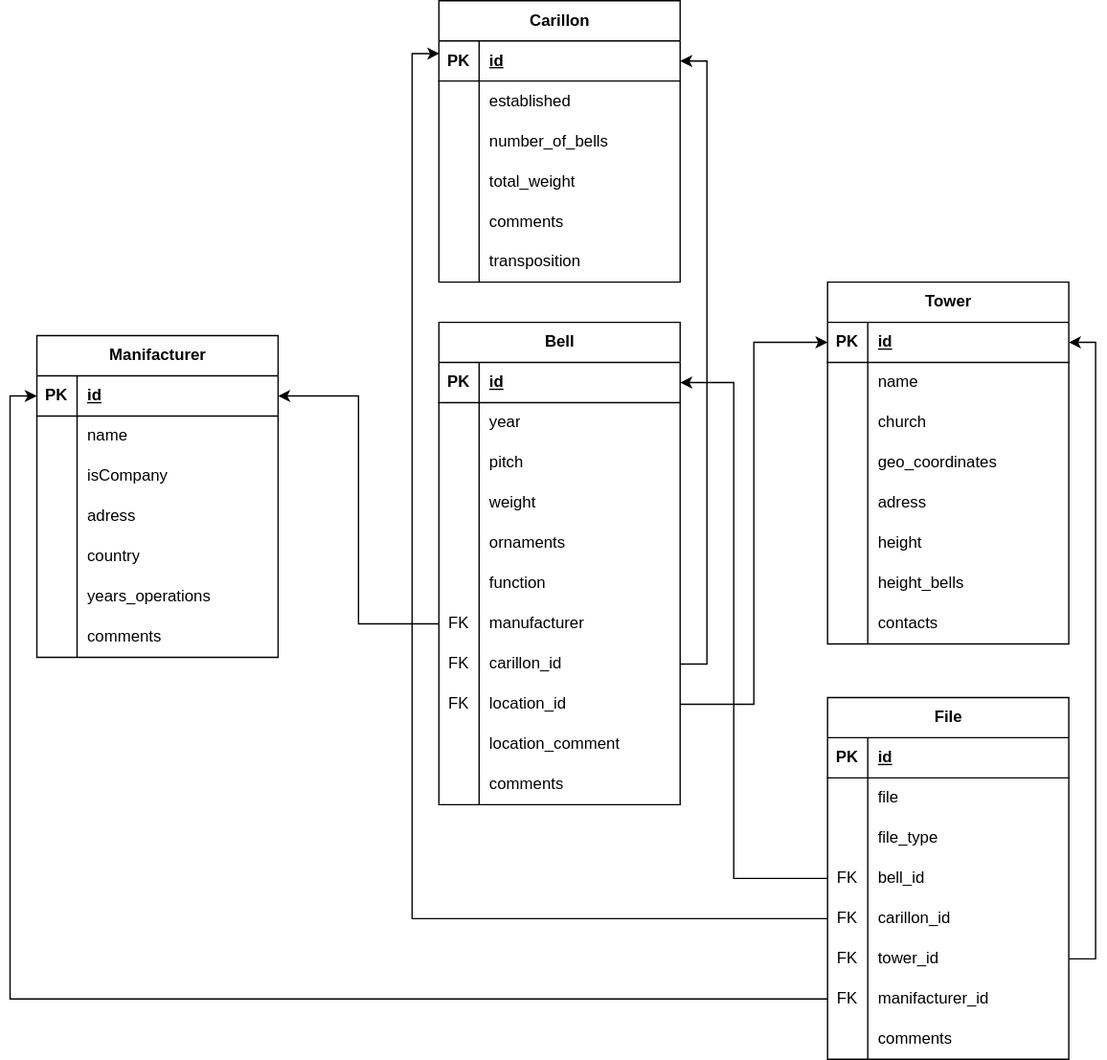
Above: analysis/erd_inventaris_gent.svg in Jakobdevreese/klokkenInventarisGent (draw.io), before the change. Source tidied: cells renumbered, new cells last; positions are measured from the earlier drawing's top-left corner, leaving out a move shared by most shapes.
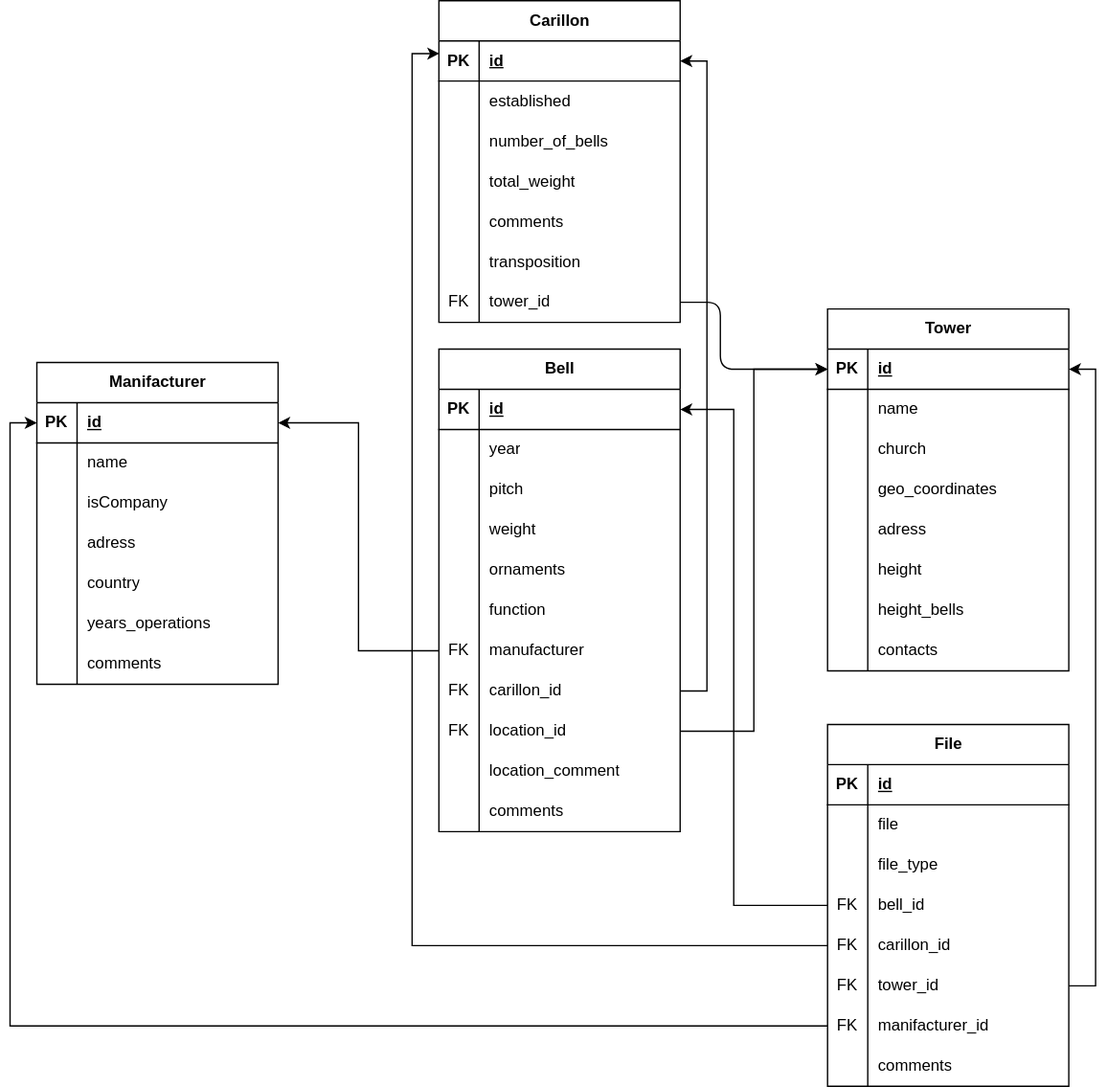
Later version of the same file.

Commit message:
changes on erd - carillon added tower_id

The edit, as a diff of the source:
```diff
@@ -183,7 +183,7 @@
       <mxGeometry relative="1" as="geometry" />
     </mxCell>
     <mxCell id="62" value="Carillon" style="shape=table;startSize=30;rowLines=0;fontStyle=1;align=center;html=1;" parent="1" vertex="1">
-      <mxGeometry x="300" width="180" height="210" as="geometry" />
+      <mxGeometry x="300" y="-20" width="180" height="240" as="geometry" />
     </mxCell>
     <mxCell id="63" style="shape=tableRow;horizontal=0;startSize=0;swimlaneHead=0;swimlaneBody=0;fillColor=none;points=[[0,0.5],[1,0.5]];portConstraint=eastwest;top=0;left=0;right=0;bottom=1;" parent="62" vertex="1">
       <mxGeometry y="30" width="180" height="30" as="geometry" />
@@ -239,6 +239,15 @@
     <mxCell id="80" value="transposition" style="shape=partialRectangle;fillColor=none;top=0;left=0;bottom=0;right=0;align=left;spacingLeft=6;overflow=hidden;whiteSpace=wrap;html=1;" parent="78" vertex="1">
       <mxGeometry x="30" width="150" height="30" as="geometry" />
     </mxCell>
+    <mxCell id="134" style="shape=tableRow;horizontal=0;startSize=0;swimlaneHead=0;swimlaneBody=0;fillColor=none;points=[[0,0.5],[1,0.5]];portConstraint=eastwest;top=0;left=0;right=0;bottom=0;" parent="62" vertex="1">
+      <mxGeometry y="210" width="180" height="30" as="geometry" />
+    </mxCell>
+    <mxCell id="135" value="FK" style="shape=partialRectangle;fillColor=none;top=0;left=0;bottom=0;right=0;overflow=hidden;whiteSpace=wrap;html=1;" parent="134" vertex="1">
+      <mxGeometry width="30" height="30" as="geometry" />
+    </mxCell>
+    <mxCell id="136" value="tower_id" style="shape=partialRectangle;fillColor=none;top=0;left=0;bottom=0;right=0;align=left;spacingLeft=6;overflow=hidden;whiteSpace=wrap;html=1;" parent="134" vertex="1">
+      <mxGeometry x="30" width="150" height="30" as="geometry" />
+    </mxCell>
     <mxCell id="81" value="File" style="shape=table;startSize=30;rowLines=0;fontStyle=1;align=center;html=1;" parent="1" vertex="1">
       <mxGeometry x="590" y="520" width="180" height="270" as="geometry" />
     </mxCell>
@@ -403,5 +412,13 @@
     <mxCell id="133" style="edgeStyle=orthogonalEdgeStyle;rounded=0;jettySize=auto;html=1;exitX=0;exitY=0.5;exitDx=0;exitDy=0;entryX=0;entryY=0.5;entryDx=0;entryDy=0;" parent="1" edge="1" source="100" target="107">
       <mxGeometry relative="1" as="geometry" />
     </mxCell>
+    <mxCell id="137" style="edgeStyle=none;html=1;exitX=1;exitY=0.5;exitDx=0;exitDy=0;entryX=0;entryY=0.5;entryDx=0;entryDy=0;" parent="1" edge="1" source="134" target="37">
+      <mxGeometry relative="1" as="geometry">
+        <Array as="points">
+          <mxPoint x="510" y="205" />
+          <mxPoint x="510" y="255" />
+        </Array>
+      </mxGeometry>
+    </mxCell>
   </root>
 </mxGraphModel>
```
